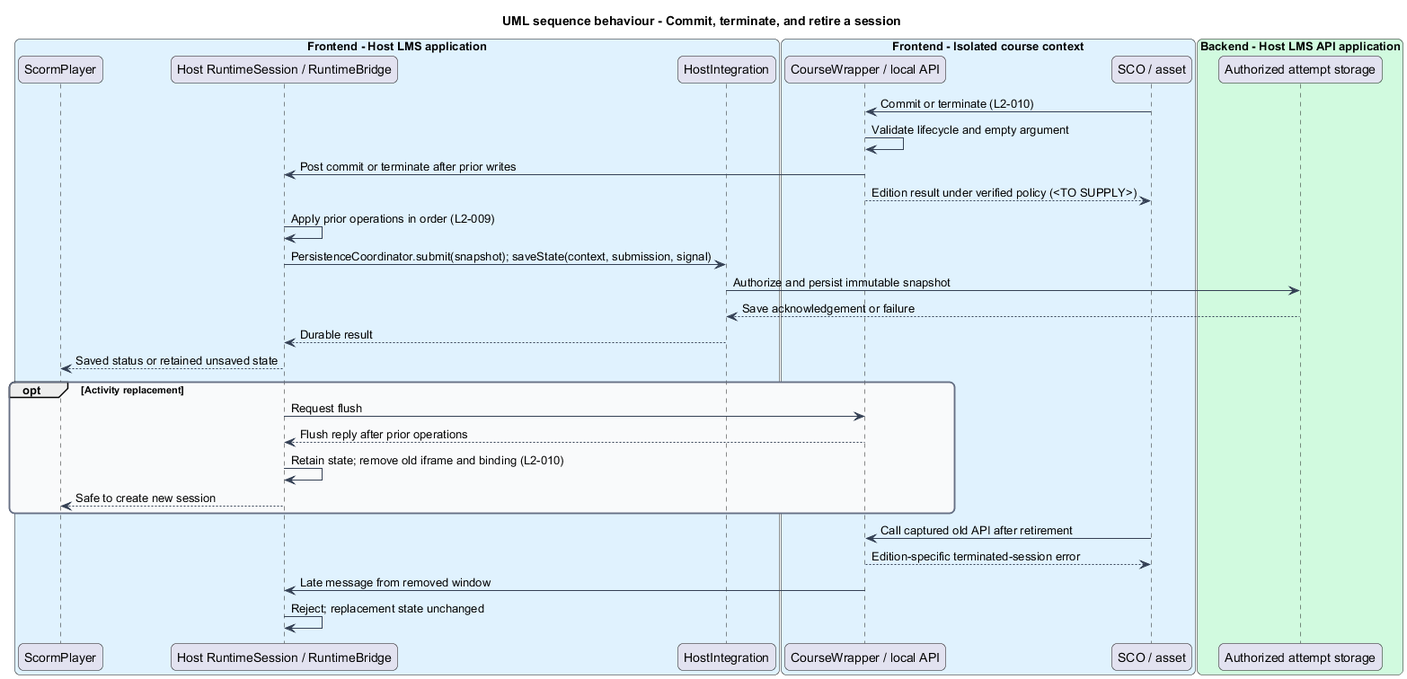
QuinntyneBrown/Tessera keeps this PlantUML diagram as docs/detailed-designs/scorm-player/run-scorm-session/diagrams/sequence-finish.png. Above is the earlier version. Its diagram source:
```plantuml
@startuml
title UML sequence behaviour - Commit, terminate, and retire a session
skinparam backgroundColor #FFFFFF
skinparam shadowing false
skinparam roundcorner 12
skinparam defaultFontName Arial
skinparam ArrowColor #344054
skinparam rectangle {
  BorderColor #344054
  FontColor #101828
}
skinparam package {
  BorderColor #667085
  FontColor #101828
  BackgroundColor #F9FAFB
}
box "Frontend - Host LMS application" #E0F2FE
  participant "ScormPlayer" as shell
  participant "Host RuntimeSession / RuntimeBridge" as core
  participant "HostIntegration" as host
end box
box "Frontend - Isolated course context" #E0F2FE
  participant "CourseWrapper / local API" as wrapper
  participant "SCO / asset" as sco
end box
box "Backend - Host LMS API application" #D1FADF
  participant "Authorized attempt storage" as api
end box

sco -> wrapper : Commit or terminate (L2-010)
wrapper -> wrapper : Validate lifecycle and empty argument
wrapper -> core : Post commit or terminate after prior writes
wrapper --> sco : Edition result under verified policy (<TO SUPPLY>)
core -> core : Apply prior operations in order (L2-009)
core -> host : PersistenceCoordinator.submit(snapshot); saveState(context, submission, signal)
host -> api : Authorize and persist immutable snapshot
api --> host : Save acknowledgement or failure
host --> core : Durable result
core --> shell : Saved status or retained unsaved state
opt Activity replacement
  core -> wrapper : Request flush
  wrapper --> core : Flush reply after prior operations
  core -> core : Retain state; remove old iframe and binding (L2-010)
  core --> shell : Safe to create new session
end
sco -> wrapper : Call captured old API after retirement
wrapper --> sco : Edition-specific terminated-session error
wrapper -> core : Late message from removed window
core -> core : Reject; replacement state unchanged
@enduml
```
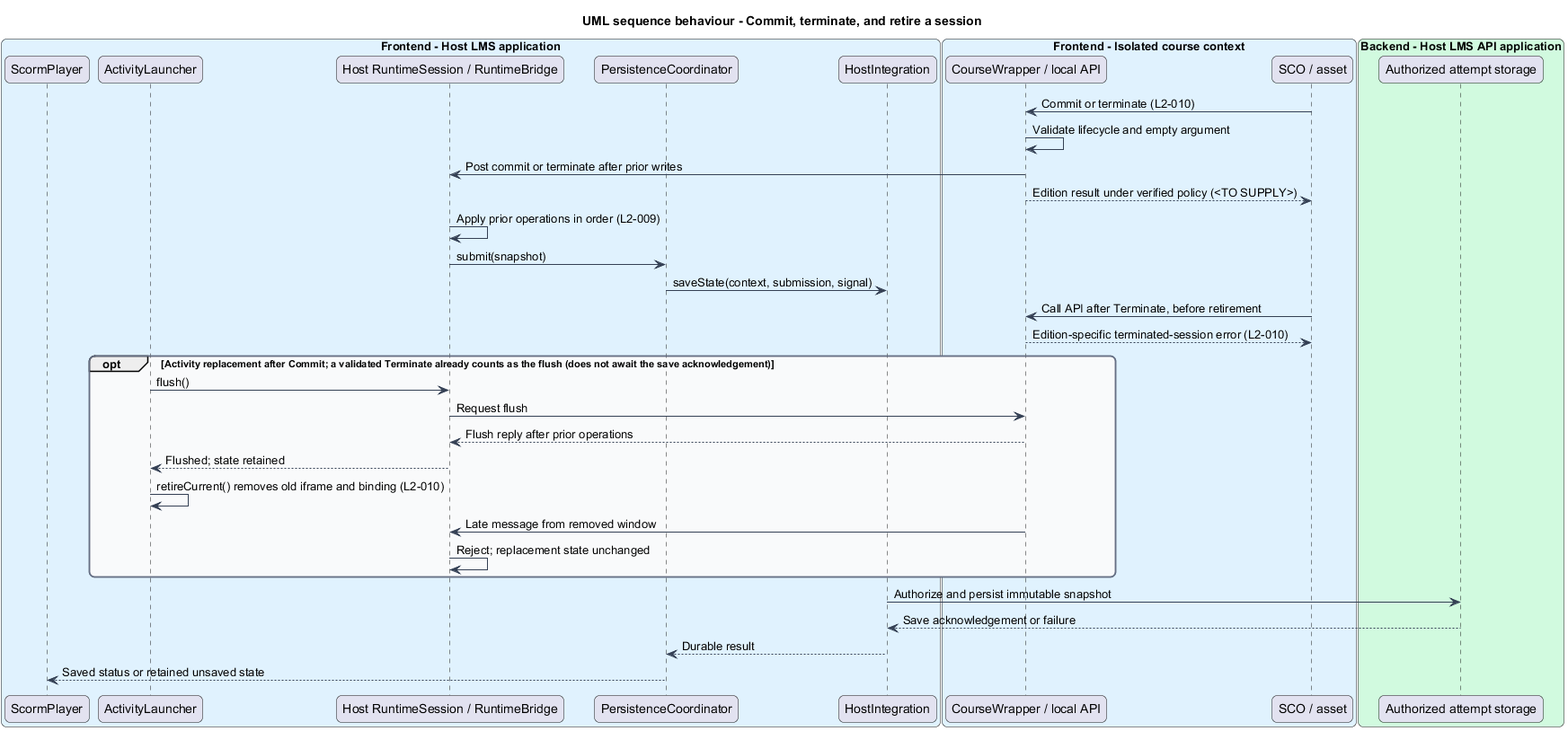
Above is the later version.

What changed in the source:
```diff
@@ -16,7 +16,9 @@
 }
 box "Frontend - Host LMS application" #E0F2FE
   participant "ScormPlayer" as shell
+  participant "ActivityLauncher" as launcher
   participant "Host RuntimeSession / RuntimeBridge" as core
+  participant "PersistenceCoordinator" as persist
   participant "HostIntegration" as host
 end box
 box "Frontend - Isolated course context" #E0F2FE
@@ -32,19 +34,21 @@
 wrapper -> core : Post commit or terminate after prior writes
 wrapper --> sco : Edition result under verified policy (<TO SUPPLY>)
 core -> core : Apply prior operations in order (L2-009)
-core -> host : PersistenceCoordinator.submit(snapshot); saveState(context, submission, signal)
+core -> persist : submit(snapshot)
+persist -> host : saveState(context, submission, signal)
+sco -> wrapper : Call API after Terminate, before retirement
+wrapper --> sco : Edition-specific terminated-session error (L2-010)
+opt Activity replacement after Commit; a validated Terminate already counts as the flush (does not await the save acknowledgement)
+  launcher -> core : flush()
+  core -> wrapper : Request flush
+  wrapper --> core : Flush reply after prior operations
+  core --> launcher : Flushed; state retained
+  launcher -> launcher : retireCurrent() removes old iframe and binding (L2-010)
+  wrapper -> core : Late message from removed window
+  core -> core : Reject; replacement state unchanged
+end
 host -> api : Authorize and persist immutable snapshot
 api --> host : Save acknowledgement or failure
-host --> core : Durable result
-core --> shell : Saved status or retained unsaved state
-opt Activity replacement
-  core -> wrapper : Request flush
-  wrapper --> core : Flush reply after prior operations
-  core -> core : Retain state; remove old iframe and binding (L2-010)
-  core --> shell : Safe to create new session
-end
-sco -> wrapper : Call captured old API after retirement
-wrapper --> sco : Edition-specific terminated-session error
-wrapper -> core : Late message from removed window
-core -> core : Reject; replacement state unchanged
+host --> persist : Durable result
+persist --> shell : Saved status or retained unsaved state
 @enduml
```
